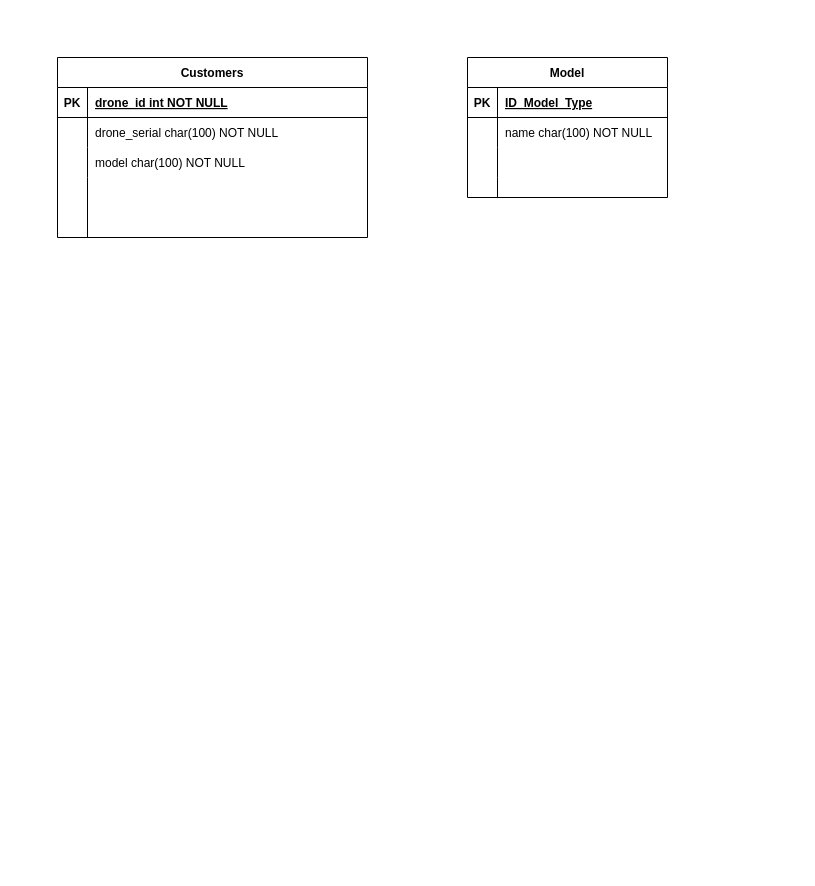
DiazRock/drones-musala keeps this draw.io diagram as Untitled Diagram.drawio. Above is the earlier version. Source tidied: cells renumbered, new cells numbered last; positions are measured from the earlier drawing's top-left corner, leaving out a move shared by most shapes. Both pictures are drawn from the tidied source at 100%, with x=0, y=0 at pixel (57, 57).
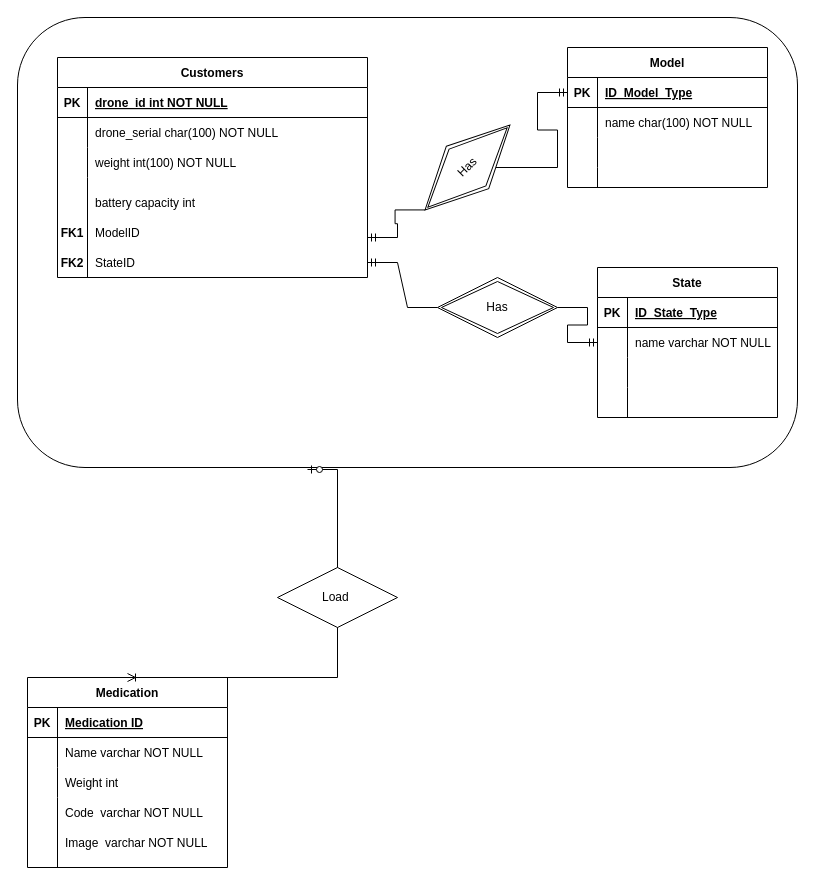
Above is the later version.

Change to the diagram source:
```diff
@@
+    <mxCell id="24" style="rounded=1;whiteSpace=wrap;html=1;" parent="1" vertex="1">
+      <mxGeometry x="-40" y="-40" width="780" height="450" as="geometry" />
+    </mxCell>
     <mxCell id="2" value="Customers" style="shape=table;startSize=30;childLayout=tableLayout;rowLines=0;fontStyle=1;align=center;" parent="1" vertex="1">
-      <mxGeometry width="310" height="180" as="geometry" />
+      <mxGeometry width="310" height="220" as="geometry" />
     </mxCell>
@@
-    <mxCell id="9" style="endArrow=none;html=1;rounded=0;" parent="1" edge="1">
-      <mxGeometry relative="1" as="geometry">
-        <mxPoint x="30" y="180" as="sourcePoint" />
-        <mxPoint x="30" y="90" as="targetPoint" />
-        <Array as="points">
-          <mxPoint x="30" y="120" />
-        </Array>
-      </mxGeometry>
-    </mxCell>
-    <mxCell id="10" value="model char(100) NOT NULL" style="shape=partialRectangle;overflow=hidden;fillColor=none;top=0;left=0;bottom=0;right=0;align=left;spacingLeft=6;" parent="1" vertex="1">
-      <mxGeometry x="30" y="90" width="280" height="30" as="geometry" />
-    </mxCell>
+    <mxCell id="25" style="endArrow=none;html=1;rounded=0;" parent="1" edge="1">
+      <mxGeometry relative="1" as="geometry">
+        <mxPoint x="30" y="220" as="sourcePoint" />
+        <mxPoint x="30" y="90" as="targetPoint" />
+        <Array as="points">
+          <mxPoint x="30" y="120" />
+        </Array>
+      </mxGeometry>
+    </mxCell>
+    <mxCell id="26" value="weight int(100) NOT NULL" style="shape=partialRectangle;overflow=hidden;fillColor=none;top=0;left=0;bottom=0;right=0;align=left;spacingLeft=6;" parent="1" vertex="1">
+      <mxGeometry x="30" y="90" width="280" height="30" as="geometry" />
+    </mxCell>
     <mxCell id="11" value="Model" style="shape=table;startSize=30;childLayout=tableLayout;rowLines=0;fontStyle=1;align=center;" parent="1" vertex="1">
-      <mxGeometry x="410" width="200" height="140" as="geometry" />
+      <mxGeometry x="510" y="-10" width="200" height="140" as="geometry" />
     </mxCell>
-    <mxCell id="12" style="shape=tableRow;horizontal=0;startSize=0;swimlaneHead=0;swimlaneBody=0;fillColor=none;top=0;left=0;right=0;bottom=1;" parent="11" vertex="1">
-      <mxGeometry y="30" width="200" height="30" as="geometry" />
-    </mxCell>
-    <mxCell id="13" value="PK" style="shape=partialRectangle;fillColor=none;top=0;left=0;bottom=0;right=0;fontStyle=1;overflow=hidden;" parent="12" vertex="1">
-      <mxGeometry width="30" height="30" as="geometry" />
-    </mxCell>
+    <mxCell id="27" style="shape=tableRow;horizontal=0;startSize=0;swimlaneHead=0;swimlaneBody=0;fillColor=none;points=[[0,0.5],[1,0.5]];portConstraint=eastwest;top=0;left=0;right=0;bottom=1;" parent="11" vertex="1">
+      <mxGeometry y="30" width="200" height="30" as="geometry" />
+    </mxCell>
+    <mxCell id="28" value="PK" style="shape=partialRectangle;fillColor=none;top=0;left=0;bottom=0;right=0;fontStyle=1;overflow=hidden;" parent="27" vertex="1">
+      <mxGeometry width="30" height="30" as="geometry" />
+    </mxCell>
-    <mxCell id="14" value="ID_Model_Type" style="shape=partialRectangle;fillColor=none;top=0;left=0;bottom=0;right=0;align=left;spacingLeft=6;fontStyle=5;overflow=hidden;" parent="12" vertex="1">
+    <mxCell id="14" value="ID_Model_Type" style="shape=partialRectangle;fillColor=none;top=0;left=0;bottom=0;right=0;align=left;spacingLeft=6;fontStyle=5;overflow=hidden;" parent="27" vertex="1">
       <mxGeometry x="30" width="170" height="30" as="geometry" />
     </mxCell>
-    <mxCell id="15" style="shape=tableRow;horizontal=0;startSize=0;swimlaneHead=0;swimlaneBody=0;fillColor=none;top=0;left=0;right=0;bottom=0;" parent="11" vertex="1">
-      <mxGeometry y="60" width="200" height="30" as="geometry" />
-    </mxCell>
-    <mxCell id="16" style="shape=partialRectangle;fillColor=none;top=0;left=0;bottom=0;right=0;overflow=hidden;" parent="15" vertex="1">
-      <mxGeometry width="30" height="30" as="geometry" />
-    </mxCell>
+    <mxCell id="29" style="shape=tableRow;horizontal=0;startSize=0;swimlaneHead=0;swimlaneBody=0;fillColor=none;top=0;left=0;right=0;bottom=0;" parent="11" vertex="1">
+      <mxGeometry y="60" width="200" height="30" as="geometry" />
+    </mxCell>
+    <mxCell id="30" style="shape=partialRectangle;fillColor=none;top=0;left=0;bottom=0;right=0;overflow=hidden;" parent="29" vertex="1">
+      <mxGeometry width="30" height="30" as="geometry" />
+    </mxCell>
-    <mxCell id="17" value="name char(100) NOT NULL" style="shape=partialRectangle;fillColor=none;top=0;left=0;bottom=0;right=0;align=left;spacingLeft=6;overflow=hidden;" parent="15" vertex="1">
+    <mxCell id="17" value="name char(100) NOT NULL" style="shape=partialRectangle;fillColor=none;top=0;left=0;bottom=0;right=0;align=left;spacingLeft=6;overflow=hidden;" parent="29" vertex="1">
       <mxGeometry x="30" width="170" height="30" as="geometry" />
     </mxCell>
-    <mxCell id="18" style="shape=tableRow;horizontal=0;startSize=0;swimlaneHead=0;swimlaneBody=0;fillColor=none;top=0;left=0;right=0;bottom=0;" parent="11" vertex="1">
-      <mxGeometry y="90" width="200" height="30" as="geometry" />
-    </mxCell>
-    <mxCell id="19" style="shape=partialRectangle;fillColor=none;top=0;left=0;bottom=0;right=0;overflow=hidden;" parent="18" vertex="1">
-      <mxGeometry width="30" height="30" as="geometry" />
-    </mxCell>
+    <mxCell id="31" style="shape=tableRow;horizontal=0;startSize=0;swimlaneHead=0;swimlaneBody=0;fillColor=none;top=0;left=0;right=0;bottom=0;" parent="11" vertex="1">
+      <mxGeometry y="90" width="200" height="30" as="geometry" />
+    </mxCell>
+    <mxCell id="32" style="shape=partialRectangle;fillColor=none;top=0;left=0;bottom=0;right=0;overflow=hidden;" parent="31" vertex="1">
+      <mxGeometry width="30" height="30" as="geometry" />
+    </mxCell>
-    <mxCell id="20" style="shape=partialRectangle;fillColor=none;top=0;left=0;bottom=0;right=0;align=left;spacingLeft=6;overflow=hidden;" parent="18" vertex="1">
+    <mxCell id="20" style="shape=partialRectangle;fillColor=none;top=0;left=0;bottom=0;right=0;align=left;spacingLeft=6;overflow=hidden;" parent="31" vertex="1">
       <mxGeometry x="30" width="170" height="30" as="geometry" />
     </mxCell>
@@
+    <mxCell id="33" value="battery capacity int" style="shape=partialRectangle;overflow=hidden;fillColor=none;top=0;left=0;bottom=0;right=0;align=left;spacingLeft=6;" parent="1" vertex="1">
+      <mxGeometry x="30" y="130" width="280" height="30" as="geometry" />
+    </mxCell>
+    <mxCell id="34" value="State" style="shape=table;startSize=30;childLayout=tableLayout;rowLines=0;fontStyle=1;align=center;" parent="1" vertex="1">
+      <mxGeometry x="540" y="210" width="180" height="150" as="geometry" />
+    </mxCell>
+    <mxCell id="35" style="shape=tableRow;horizontal=0;startSize=0;swimlaneHead=0;swimlaneBody=0;fillColor=none;top=0;left=0;right=0;bottom=1;" parent="34" vertex="1">
+      <mxGeometry y="30" width="180" height="30" as="geometry" />
+    </mxCell>
+    <mxCell id="36" value="PK" style="shape=partialRectangle;fillColor=none;top=0;left=0;bottom=0;right=0;fontStyle=1;overflow=hidden;" parent="35" vertex="1">
+      <mxGeometry width="30" height="30" as="geometry" />
+    </mxCell>
+    <mxCell id="37" value="ID_State_Type" style="shape=partialRectangle;fillColor=none;top=0;left=0;bottom=0;right=0;align=left;spacingLeft=6;fontStyle=5;overflow=hidden;" parent="35" vertex="1">
+      <mxGeometry x="30" width="150" height="30" as="geometry" />
+    </mxCell>
+    <mxCell id="38" style="shape=tableRow;horizontal=0;startSize=0;swimlaneHead=0;swimlaneBody=0;fillColor=none;points=[[0,0.5],[1,0.5]];portConstraint=eastwest;top=0;left=0;right=0;bottom=0;" parent="34" vertex="1">
+      <mxGeometry y="60" width="180" height="30" as="geometry" />
+    </mxCell>
+    <mxCell id="39" style="shape=partialRectangle;fillColor=none;top=0;left=0;bottom=0;right=0;overflow=hidden;" parent="38" vertex="1">
+      <mxGeometry width="30" height="30" as="geometry" />
+    </mxCell>
+    <mxCell id="40" value="name varchar NOT NULL" style="shape=partialRectangle;fillColor=none;top=0;left=0;bottom=0;right=0;align=left;spacingLeft=6;overflow=hidden;" parent="38" vertex="1">
+      <mxGeometry x="30" width="150" height="30" as="geometry" />
+    </mxCell>
+    <mxCell id="41" style="shape=tableRow;horizontal=0;startSize=0;swimlaneHead=0;swimlaneBody=0;fillColor=none;top=0;left=0;right=0;bottom=0;" parent="34" vertex="1">
+      <mxGeometry y="90" width="180" height="30" as="geometry" />
+    </mxCell>
+    <mxCell id="42" style="shape=partialRectangle;fillColor=none;top=0;left=0;bottom=0;right=0;overflow=hidden;" parent="41" vertex="1">
+      <mxGeometry width="30" height="30" as="geometry" />
+    </mxCell>
+    <mxCell id="43" style="shape=partialRectangle;fillColor=none;top=0;left=0;bottom=0;right=0;align=left;spacingLeft=6;overflow=hidden;" parent="41" vertex="1">
+      <mxGeometry x="30" width="150" height="30" as="geometry" />
+    </mxCell>
+    <mxCell id="44" style="shape=tableRow;horizontal=0;startSize=0;swimlaneHead=0;swimlaneBody=0;fillColor=none;top=0;left=0;right=0;bottom=0;" parent="34" vertex="1">
+      <mxGeometry y="120" width="180" height="30" as="geometry" />
+    </mxCell>
+    <mxCell id="45" style="shape=partialRectangle;fillColor=none;top=0;left=0;bottom=0;right=0;overflow=hidden;" parent="44" vertex="1">
+      <mxGeometry width="30" height="30" as="geometry" />
+    </mxCell>
+    <mxCell id="46" style="shape=partialRectangle;fillColor=none;top=0;left=0;bottom=0;right=0;align=left;spacingLeft=6;overflow=hidden;" parent="44" vertex="1">
+      <mxGeometry x="30" width="150" height="30" as="geometry" />
+    </mxCell>
+    <mxCell id="47" value="FK1" style="shape=partialRectangle;overflow=hidden;fillColor=none;top=0;left=0;bottom=0;right=0;fontStyle=1;" parent="1" vertex="1">
+      <mxGeometry y="160" width="30" height="30" as="geometry" />
+    </mxCell>
+    <mxCell id="48" value="ModelID" style="shape=partialRectangle;overflow=hidden;fillColor=none;top=0;left=0;bottom=0;right=0;align=left;spacingLeft=6;" parent="1" vertex="1">
+      <mxGeometry x="30" y="160" width="280" height="30" as="geometry" />
+    </mxCell>
+    <mxCell id="49" value="FK2" style="shape=partialRectangle;overflow=hidden;fillColor=none;top=0;left=0;bottom=0;right=0;fontStyle=1;" parent="1" vertex="1">
+      <mxGeometry y="190" width="30" height="30" as="geometry" />
+    </mxCell>
+    <mxCell id="50" value="StateID" style="shape=partialRectangle;overflow=hidden;fillColor=none;top=0;left=0;bottom=0;right=0;align=left;spacingLeft=6;" parent="1" vertex="1">
+      <mxGeometry x="30" y="190" width="280" height="30" as="geometry" />
+    </mxCell>
+    <mxCell id="51" style="edgeStyle=entityRelationEdgeStyle;fontSize=12;html=1;endArrow=ERmandOne;startArrow=none;rounded=0;entryX=0;entryY=0.5;entryDx=0;entryDy=0;" parent="1" edge="1" source="55" target="27">
+      <mxGeometry relative="1" as="geometry" />
+    </mxCell>
+    <mxCell id="52" style="edgeStyle=entityRelationEdgeStyle;fontSize=12;html=1;endArrow=ERmandOne;startArrow=none;rounded=0;entryX=0;entryY=0.5;entryDx=0;entryDy=0;" parent="1" edge="1" source="53" target="38">
+      <mxGeometry relative="1" as="geometry" />
+    </mxCell>
+    <mxCell id="53" value="Has" style="shape=rhombus;double=1;perimeter=rhombusPerimeter;whiteSpace=wrap;html=1;align=center;" parent="1" vertex="1">
+      <mxGeometry x="380" y="220" width="120" height="60" as="geometry" />
+    </mxCell>
+    <mxCell id="54" style="edgeStyle=entityRelationEdgeStyle;fontSize=12;html=1;endArrow=none;startArrow=ERmandOne;rounded=0;entryX=0;entryY=0.5;entryDx=0;entryDy=0;" parent="1" edge="1" target="53">
+      <mxGeometry relative="1" as="geometry">
+        <mxPoint x="310" y="205" as="sourcePoint" />
+      </mxGeometry>
+    </mxCell>
+    <mxCell id="55" value="Has" style="shape=rhombus;double=1;perimeter=rhombusPerimeter;whiteSpace=wrap;html=1;align=center;rotation=-45;" parent="1" vertex="1">
+      <mxGeometry x="350" y="80" width="120" height="60" as="geometry" />
+    </mxCell>
+    <mxCell id="56" style="edgeStyle=entityRelationEdgeStyle;fontSize=12;html=1;endArrow=none;startArrow=ERmandOne;rounded=0;entryX=0;entryY=0.5;entryDx=0;entryDy=0;" parent="1" edge="1" target="55">
+      <mxGeometry relative="1" as="geometry">
+        <mxPoint x="310" y="180" as="sourcePoint" />
+      </mxGeometry>
+    </mxCell>
+    <mxCell id="57" value="Medication" style="shape=table;startSize=30;childLayout=tableLayout;rowLines=0;fontStyle=1;align=center;" parent="1" vertex="1">
+      <mxGeometry x="-30" y="620" width="200" height="190" as="geometry" />
+    </mxCell>
+    <mxCell id="58" style="shape=tableRow;horizontal=0;startSize=0;swimlaneHead=0;swimlaneBody=0;fillColor=none;top=0;left=0;right=0;bottom=1;" parent="57" vertex="1">
+      <mxGeometry y="30" width="200" height="30" as="geometry" />
+    </mxCell>
+    <mxCell id="59" value="PK" style="shape=partialRectangle;fillColor=none;top=0;left=0;bottom=0;right=0;fontStyle=1;overflow=hidden;" parent="58" vertex="1">
+      <mxGeometry width="30" height="30" as="geometry" />
+    </mxCell>
+    <mxCell id="60" value="Medication ID" style="shape=partialRectangle;fillColor=none;top=0;left=0;bottom=0;right=0;align=left;spacingLeft=6;fontStyle=5;overflow=hidden;" parent="58" vertex="1">
+      <mxGeometry x="30" width="170" height="30" as="geometry" />
+    </mxCell>
+    <mxCell id="61" style="shape=tableRow;horizontal=0;startSize=0;swimlaneHead=0;swimlaneBody=0;fillColor=none;top=0;left=0;right=0;bottom=0;" parent="57" vertex="1">
+      <mxGeometry y="60" width="200" height="30" as="geometry" />
+    </mxCell>
+    <mxCell id="62" style="shape=partialRectangle;fillColor=none;top=0;left=0;bottom=0;right=0;overflow=hidden;" parent="61" vertex="1">
+      <mxGeometry width="30" height="30" as="geometry" />
+    </mxCell>
+    <mxCell id="63" value="Name varchar NOT NULL" style="shape=partialRectangle;fillColor=none;top=0;left=0;bottom=0;right=0;align=left;spacingLeft=6;overflow=hidden;" parent="61" vertex="1">
+      <mxGeometry x="30" width="170" height="30" as="geometry" />
+    </mxCell>
+    <mxCell id="64" style="shape=tableRow;horizontal=0;startSize=0;swimlaneHead=0;swimlaneBody=0;fillColor=none;top=0;left=0;right=0;bottom=0;" parent="57" vertex="1">
+      <mxGeometry y="90" width="200" height="30" as="geometry" />
+    </mxCell>
+    <mxCell id="65" style="shape=partialRectangle;fillColor=none;top=0;left=0;bottom=0;right=0;overflow=hidden;" parent="64" vertex="1">
+      <mxGeometry width="30" height="30" as="geometry" />
+    </mxCell>
+    <mxCell id="66" value="Weight int" style="shape=partialRectangle;fillColor=none;top=0;left=0;bottom=0;right=0;align=left;spacingLeft=6;overflow=hidden;" parent="64" vertex="1">
+      <mxGeometry x="30" width="170" height="30" as="geometry" />
+    </mxCell>
+    <mxCell id="67" style="shape=tableRow;horizontal=0;startSize=0;swimlaneHead=0;swimlaneBody=0;fillColor=none;top=0;left=0;right=0;bottom=0;" parent="57" vertex="1">
+      <mxGeometry y="120" width="200" height="30" as="geometry" />
+    </mxCell>
+    <mxCell id="68" style="shape=partialRectangle;fillColor=none;top=0;left=0;bottom=0;right=0;overflow=hidden;" parent="67" vertex="1">
+      <mxGeometry width="30" height="30" as="geometry" />
+    </mxCell>
+    <mxCell id="69" value="Code  varchar NOT NULL" style="shape=partialRectangle;fillColor=none;top=0;left=0;bottom=0;right=0;align=left;spacingLeft=6;overflow=hidden;" parent="67" vertex="1">
+      <mxGeometry x="30" width="170" height="30" as="geometry" />
+    </mxCell>
+    <mxCell id="70" style="endArrow=none;html=1;rounded=0;" parent="1" edge="1">
+      <mxGeometry relative="1" as="geometry">
+        <mxPoint y="760" as="sourcePoint" />
+        <mxPoint y="810" as="targetPoint" />
+      </mxGeometry>
+    </mxCell>
+    <mxCell id="71" value="Image  varchar NOT NULL" style="shape=partialRectangle;fillColor=none;top=0;left=0;bottom=0;right=0;align=left;spacingLeft=6;overflow=hidden;" parent="1" vertex="1">
+      <mxGeometry y="770" width="170" height="30" as="geometry" />
+    </mxCell>
+    <mxCell id="72" style="edgeStyle=entityRelationEdgeStyle;fontSize=12;html=1;endArrow=ERoneToMany;startArrow=ERzeroToOne;rounded=0;entryX=0.5;entryY=0;entryDx=0;entryDy=0;" parent="1" edge="1" target="57">
+      <mxGeometry relative="1" as="geometry">
+        <mxPoint x="250" y="412" as="sourcePoint" />
+      </mxGeometry>
+    </mxCell>
+    <mxCell id="73" value="Load&amp;nbsp;" style="shape=rhombus;perimeter=rhombusPerimeter;whiteSpace=wrap;html=1;align=center;" parent="1" vertex="1">
+      <mxGeometry x="220" y="510" width="120" height="60" as="geometry" />
+    </mxCell>
```
